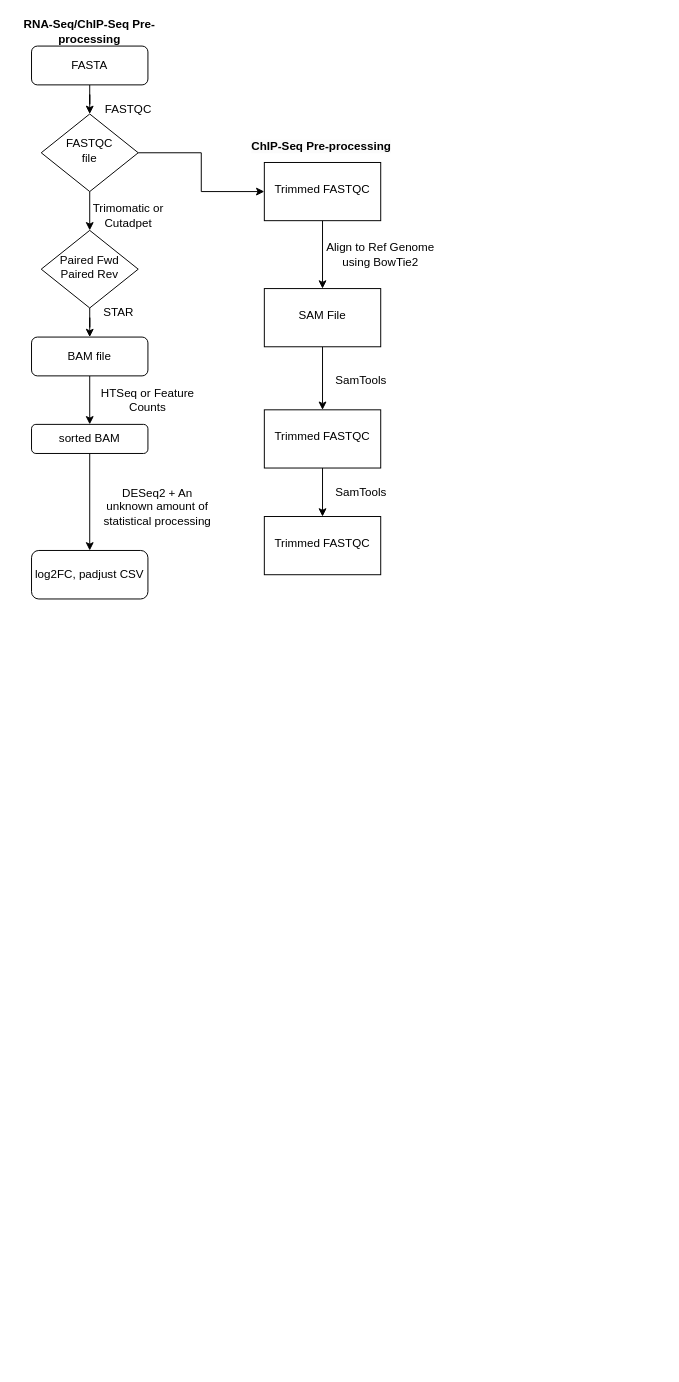
gbolden101/bioinf576_project_demo keeps this draw.io diagram as Untitled Diagram.drawio. Above is the earlier version. Source tidied: cells renumbered, new cells numbered last; positions are measured from the earlier drawing's top-left corner, leaving out a move shared by most shapes. Both pictures are drawn from the tidied source at 97%, with x=0, y=0 at pixel (16, 16).
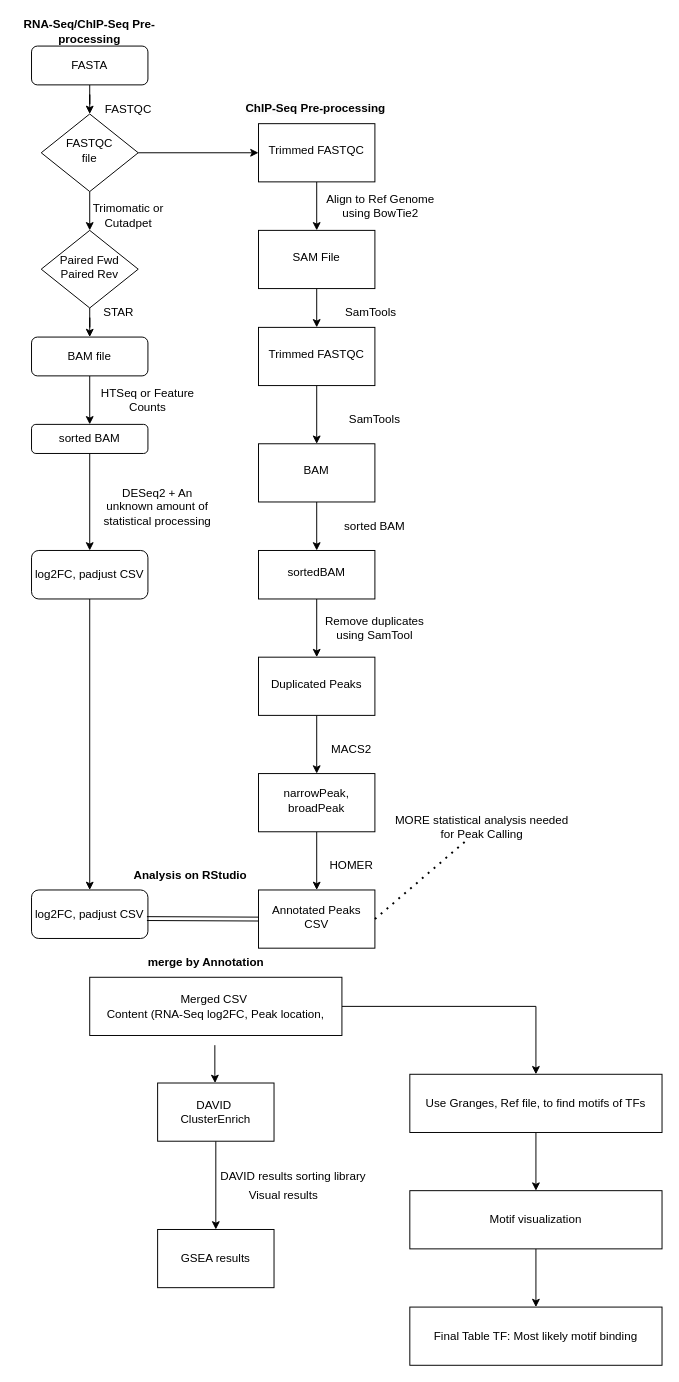
The same diagram, later.

Unchanged cells that the change refers to:
```xml
<mxCell id="17" value="log2FC, padjust CSV" style="rounded=1;whiteSpace=wrap;html=1;" parent="1" vertex="1">
  <mxGeometry x="15" y="550" width="120" height="50" as="geometry" />
</mxCell>
```

What changed in the source:
```diff
@@
+    <mxCell id="31" style="edgeStyle=orthogonalEdgeStyle;rounded=0;jettySize=auto;html=1;" parent="1" edge="1" source="17" target="45">
+      <mxGeometry relative="1" as="geometry" />
+    </mxCell>
@@
     <mxCell id="21" value="Trimmed FASTQC" style="whiteSpace=wrap;html=1;shadow=0;strokeWidth=1;spacing=6;spacingTop=-4;" parent="1" vertex="1">
-      <mxGeometry x="255" y="150" width="120" height="60" as="geometry" />
+      <mxGeometry x="249" y="110" width="120" height="60" as="geometry" />
     </mxCell>
     <mxCell id="22" value="&lt;span style=&quot;color: rgb(0, 0, 0); font-family: Helvetica; font-size: 12px; font-style: normal; font-variant-ligatures: normal; font-variant-caps: normal; letter-spacing: normal; orphans: 2; text-align: center; text-indent: 0px; text-transform: none; widows: 2; word-spacing: 0px; -webkit-text-stroke-width: 0px; white-space: normal; background-color: rgb(251, 251, 251); text-decoration-thickness: initial; text-decoration-style: initial; text-decoration-color: initial; float: none; display: inline !important;&quot;&gt;&lt;b&gt;ChIP-Seq Pre-processing&lt;/b&gt;&lt;/span&gt;" style="text;whiteSpace=wrap;html=1;" parent="1" vertex="1">
-      <mxGeometry x="240" y="120" width="150" height="40" as="geometry" />
+      <mxGeometry x="234" y="80" width="150" height="40" as="geometry" />
     </mxCell>
@@
     <mxCell id="24" value="SAM File" style="whiteSpace=wrap;html=1;shadow=0;strokeWidth=1;spacing=6;spacingTop=-4;" parent="1" vertex="1">
-      <mxGeometry x="255" y="280" width="120" height="60" as="geometry" />
+      <mxGeometry x="249" y="220" width="120" height="60" as="geometry" />
     </mxCell>
@@
     <mxCell id="26" value="Trimmed FASTQC" style="whiteSpace=wrap;html=1;shadow=0;strokeWidth=1;spacing=6;spacingTop=-4;" parent="1" vertex="1">
-      <mxGeometry x="255" y="405" width="120" height="60" as="geometry" />
+      <mxGeometry x="249" y="320" width="120" height="60" as="geometry" />
     </mxCell>
     <mxCell id="27" value="Align to Ref Genome using BowTie2" style="text;html=1;align=center;verticalAlign=middle;whiteSpace=wrap;rounded=0;" parent="1" vertex="1">
-      <mxGeometry x="315" y="220" width="120" height="50" as="geometry" />
+      <mxGeometry x="315" y="170" width="120" height="50" as="geometry" />
     </mxCell>
     <mxCell id="28" value="SamTools" style="text;html=1;align=center;verticalAlign=middle;whiteSpace=wrap;rounded=0;" parent="1" vertex="1">
-      <mxGeometry x="295" y="350" width="120" height="50" as="geometry" />
+      <mxGeometry x="305" y="280" width="120" height="50" as="geometry" />
     </mxCell>
+    <mxCell id="32" style="edgeStyle=orthogonalEdgeStyle;rounded=0;jettySize=auto;html=1;" parent="1" edge="1" source="29" target="34">
+      <mxGeometry relative="1" as="geometry" />
+    </mxCell>
-    <mxCell id="29" value="Trimmed FASTQC" style="whiteSpace=wrap;html=1;shadow=0;strokeWidth=1;spacing=6;spacingTop=-4;" parent="1" vertex="1">
-      <mxGeometry x="255" y="515" width="120" height="60" as="geometry" />
+    <mxCell id="29" value="BAM" style="whiteSpace=wrap;html=1;shadow=0;strokeWidth=1;spacing=6;spacingTop=-4;" parent="1" vertex="1">
+      <mxGeometry x="249" y="440" width="120" height="60" as="geometry" />
     </mxCell>
     <mxCell id="30" value="SamTools" style="text;html=1;align=center;verticalAlign=middle;whiteSpace=wrap;rounded=0;" parent="1" vertex="1">
-      <mxGeometry x="295" y="465" width="120" height="50" as="geometry" />
+      <mxGeometry x="309" y="390" width="120" height="50" as="geometry" />
     </mxCell>
+    <mxCell id="33" style="edgeStyle=orthogonalEdgeStyle;rounded=0;jettySize=auto;html=1;" parent="1" edge="1" source="34" target="37">
+      <mxGeometry relative="1" as="geometry" />
+    </mxCell>
+    <mxCell id="34" value="sortedBAM" style="whiteSpace=wrap;html=1;shadow=0;strokeWidth=1;spacing=6;spacingTop=-4;" parent="1" vertex="1">
+      <mxGeometry x="249" y="550" width="120" height="50" as="geometry" />
+    </mxCell>
+    <mxCell id="35" value="sorted BAM" style="text;html=1;align=center;verticalAlign=middle;whiteSpace=wrap;rounded=0;" parent="1" vertex="1">
+      <mxGeometry x="309" y="500" width="120" height="50" as="geometry" />
+    </mxCell>
+    <mxCell id="36" style="edgeStyle=orthogonalEdgeStyle;rounded=0;jettySize=auto;html=1;" parent="1" edge="1" source="37" target="40">
+      <mxGeometry relative="1" as="geometry" />
+    </mxCell>
+    <mxCell id="37" value="Duplicated Peaks" style="whiteSpace=wrap;html=1;shadow=0;strokeWidth=1;spacing=6;spacingTop=-4;" parent="1" vertex="1">
+      <mxGeometry x="249" y="660" width="120" height="60" as="geometry" />
+    </mxCell>
+    <mxCell id="38" value="Remove duplicates using SamTool" style="text;html=1;align=center;verticalAlign=middle;whiteSpace=wrap;rounded=0;" parent="1" vertex="1">
+      <mxGeometry x="309" y="610" width="120" height="40" as="geometry" />
+    </mxCell>
+    <mxCell id="39" style="edgeStyle=orthogonalEdgeStyle;rounded=0;jettySize=auto;html=1;" parent="1" edge="1" source="40" target="42">
+      <mxGeometry relative="1" as="geometry" />
+    </mxCell>
+    <mxCell id="40" value="narrowPeak, broadPeak" style="whiteSpace=wrap;html=1;shadow=0;strokeWidth=1;spacing=6;spacingTop=-4;direction=south;" parent="1" vertex="1">
+      <mxGeometry x="249" y="780" width="120" height="60" as="geometry" />
+    </mxCell>
+    <mxCell id="41" value="MACS2" style="text;html=1;align=center;verticalAlign=middle;whiteSpace=wrap;rounded=0;" parent="1" vertex="1">
+      <mxGeometry x="285" y="730" width="120" height="50" as="geometry" />
+    </mxCell>
+    <mxCell id="42" value="Annotated Peaks CSV" style="whiteSpace=wrap;html=1;shadow=0;strokeWidth=1;spacing=6;spacingTop=-4;direction=south;" parent="1" vertex="1">
+      <mxGeometry x="249" y="900" width="120" height="60" as="geometry" />
+    </mxCell>
+    <mxCell id="43" value="HOMER" style="text;html=1;align=center;verticalAlign=middle;whiteSpace=wrap;rounded=0;" parent="1" vertex="1">
+      <mxGeometry x="285" y="850" width="120" height="50" as="geometry" />
+    </mxCell>
+    <mxCell id="44" value="&lt;b&gt;Analysis on RStudio&lt;/b&gt;" style="text;html=1;align=center;verticalAlign=middle;whiteSpace=wrap;rounded=0;" parent="1" vertex="1">
+      <mxGeometry x="109" y="870" width="140" height="30" as="geometry" />
+    </mxCell>
+    <mxCell id="45" value="log2FC, padjust CSV" style="rounded=1;whiteSpace=wrap;html=1;" parent="1" vertex="1">
+      <mxGeometry x="15" y="900" width="120" height="50" as="geometry" />
+    </mxCell>
+    <mxCell id="46" style="edgeStyle=orthogonalEdgeStyle;rounded=0;jettySize=auto;html=1;" parent="1" edge="1" source="47" target="59">
+      <mxGeometry relative="1" as="geometry" />
+    </mxCell>
+    <mxCell id="47" value="Merged CSV&amp;nbsp;&lt;div&gt;Content (RNA-Seq log2FC, Peak location,&lt;/div&gt;" style="rounded=0;whiteSpace=wrap;html=1;" parent="1" vertex="1">
+      <mxGeometry x="75" y="990" width="260" height="60" as="geometry" />
+    </mxCell>
+    <mxCell id="48" style="shape=link;html=1;rounded=0;entryX=0.5;entryY=1;entryDx=0;entryDy=0;" parent="1" edge="1" target="42">
+      <mxGeometry relative="1" as="geometry">
+        <mxPoint x="134" y="929.5" as="sourcePoint" />
+      </mxGeometry>
+    </mxCell>
+    <mxCell id="49" value="&lt;b&gt;merge by Annotation&lt;/b&gt;" style="text;html=1;align=center;verticalAlign=middle;whiteSpace=wrap;rounded=0;" parent="1" vertex="1">
+      <mxGeometry x="125" y="960" width="140" height="30" as="geometry" />
+    </mxCell>
+    <mxCell id="50" style="endArrow=none;dashed=1;html=1;dashPattern=1 3;strokeWidth=2;rounded=0;exitX=0.5;exitY=0;exitDx=0;exitDy=0;" parent="1" edge="1" source="42" target="51">
+      <mxGeometry relative="1" as="geometry" />
+    </mxCell>
+    <mxCell id="51" value="MORE statistical analysis needed for Peak Calling" style="text;html=1;align=center;verticalAlign=middle;whiteSpace=wrap;rounded=0;" parent="1" vertex="1">
+      <mxGeometry x="384" y="820" width="191" height="30" as="geometry" />
+    </mxCell>
+    <mxCell id="52" style="endArrow=classic;html=1;rounded=0;" parent="1" edge="1" target="54">
+      <mxGeometry relative="1" as="geometry">
+        <mxPoint x="204" y="1060" as="sourcePoint" />
+        <Array as="points">
+          <mxPoint x="204" y="1090" />
+        </Array>
+      </mxGeometry>
+    </mxCell>
+    <mxCell id="53" style="edgeStyle=orthogonalEdgeStyle;rounded=0;jettySize=auto;html=1;" parent="1" edge="1" source="54" target="55">
+      <mxGeometry relative="1" as="geometry" />
+    </mxCell>
+    <mxCell id="54" value="DAVID&amp;nbsp;&lt;div&gt;ClusterEnrich&lt;/div&gt;" style="rounded=0;whiteSpace=wrap;html=1;" parent="1" vertex="1">
+      <mxGeometry x="145" y="1099" width="120" height="60" as="geometry" />
+    </mxCell>
+    <mxCell id="55" value="GSEA results" style="rounded=0;whiteSpace=wrap;html=1;" parent="1" vertex="1">
+      <mxGeometry x="145" y="1250" width="120" height="60" as="geometry" />
+    </mxCell>
+    <mxCell id="56" value="DAVID results sorting library" style="text;html=1;align=center;verticalAlign=middle;whiteSpace=wrap;rounded=0;" parent="1" vertex="1">
+      <mxGeometry x="205" y="1180" width="160" height="30" as="geometry" />
+    </mxCell>
+    <mxCell id="57" value="Visual results" style="text;html=1;align=center;verticalAlign=middle;whiteSpace=wrap;rounded=0;" parent="1" vertex="1">
+      <mxGeometry x="195" y="1200" width="160" height="30" as="geometry" />
+    </mxCell>
+    <mxCell id="58" style="edgeStyle=orthogonalEdgeStyle;rounded=0;jettySize=auto;html=1;" parent="1" edge="1" source="59" target="61">
+      <mxGeometry relative="1" as="geometry" />
+    </mxCell>
+    <mxCell id="59" value="Use Granges, Ref file, to find motifs of TFs" style="rounded=0;whiteSpace=wrap;html=1;" parent="1" vertex="1">
+      <mxGeometry x="405" y="1090" width="260" height="60" as="geometry" />
+    </mxCell>
+    <mxCell id="60" style="edgeStyle=orthogonalEdgeStyle;rounded=0;jettySize=auto;html=1;" parent="1" edge="1" source="61" target="62">
+      <mxGeometry relative="1" as="geometry" />
+    </mxCell>
+    <mxCell id="61" value="Motif visualization" style="rounded=0;whiteSpace=wrap;html=1;" parent="1" vertex="1">
+      <mxGeometry x="405" y="1210" width="260" height="60" as="geometry" />
+    </mxCell>
+    <mxCell id="62" value="Final Table TF: Most likely motif binding" style="rounded=0;whiteSpace=wrap;html=1;" parent="1" vertex="1">
+      <mxGeometry x="405" y="1330" width="260" height="60" as="geometry" />
+    </mxCell>
```
